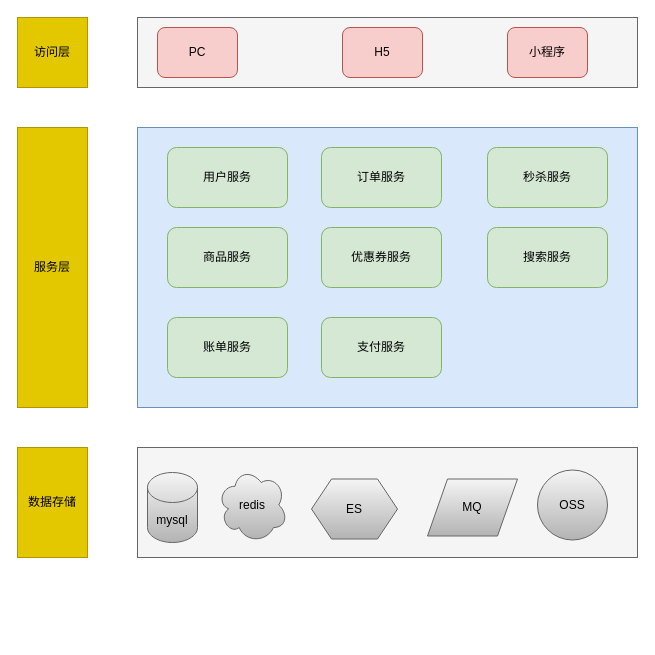
Above: 业务图.drawio in Blank-eyes/Architecture-diagram (draw.io), before the change. Source tidied: cells renumbered, new cells numbered last; positions are measured from the earlier drawing's top-left corner, leaving out a move shared by most shapes. Both pictures are drawn from the tidied source at 100%, with x=0, y=0 at pixel (17, 17).
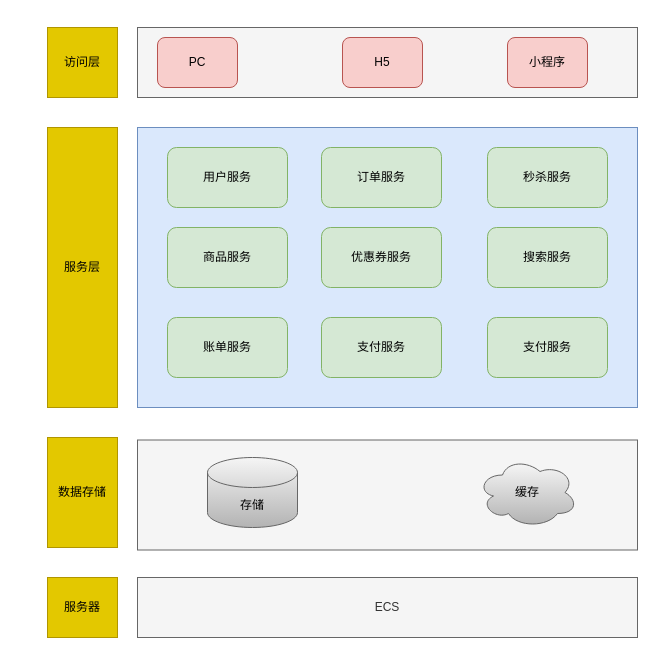
Above is the later version.

Commit message:
更新业务架构图.drawio

The edit, as a diff of the source:
```diff
@@
     <mxCell id="2" style="rounded=0;whiteSpace=wrap;html=1;fillColor=#f5f5f5;fontColor=#333333;strokeColor=#666666;" parent="1" vertex="1">
-      <mxGeometry x="120" width="500" height="70" as="geometry" />
+      <mxGeometry x="120" y="10" width="500" height="70" as="geometry" />
     </mxCell>
     <mxCell id="3" value="PC" style="rounded=1;whiteSpace=wrap;html=1;fillColor=#f8cecc;strokeColor=#b85450;" parent="1" vertex="1">
-      <mxGeometry x="140" y="10" width="80" height="50" as="geometry" />
+      <mxGeometry x="140" y="20" width="80" height="50" as="geometry" />
     </mxCell>
     <mxCell id="4" value="小程序" style="rounded=1;whiteSpace=wrap;html=1;fillColor=#f8cecc;strokeColor=#b85450;" parent="1" vertex="1">
-      <mxGeometry x="490" y="10" width="80" height="50" as="geometry" />
+      <mxGeometry x="490" y="20" width="80" height="50" as="geometry" />
     </mxCell>
     <mxCell id="5" value="H5" style="rounded=1;whiteSpace=wrap;html=1;fillColor=#f8cecc;strokeColor=#b85450;" parent="1" vertex="1">
-      <mxGeometry x="325" y="10" width="80" height="50" as="geometry" />
+      <mxGeometry x="325" y="20" width="80" height="50" as="geometry" />
     </mxCell>
@@
     <mxCell id="15" style="rounded=0;whiteSpace=wrap;html=1;fillColor=#f5f5f5;strokeColor=#666666;fontColor=#333333;" parent="1" vertex="1">
-      <mxGeometry x="120" y="430" width="500" height="110" as="geometry" />
+      <mxGeometry x="120" y="422.5" width="500" height="110" as="geometry" />
     </mxCell>
-    <mxCell id="16" value="mysql" style="shape=cylinder3;whiteSpace=wrap;html=1;boundedLbl=1;backgroundOutline=1;size=15;fillColor=#f5f5f5;gradientColor=#b3b3b3;strokeColor=#666666;" parent="1" vertex="1">
-      <mxGeometry x="130" y="455" width="50" height="70" as="geometry" />
+    <mxCell id="16" value="存储" style="shape=cylinder3;whiteSpace=wrap;html=1;boundedLbl=1;backgroundOutline=1;size=15;fillColor=#f5f5f5;gradientColor=#b3b3b3;strokeColor=#666666;" parent="1" vertex="1">
+      <mxGeometry x="190" y="440" width="90" height="70" as="geometry" />
     </mxCell>
-    <mxCell id="17" value="redis" style="ellipse;shape=cloud;whiteSpace=wrap;html=1;fillColor=#f5f5f5;gradientColor=#b3b3b3;strokeColor=#666666;" parent="1" vertex="1">
-      <mxGeometry x="200" y="450" width="70" height="75" as="geometry" />
+    <mxCell id="17" value="缓存" style="ellipse;shape=cloud;whiteSpace=wrap;html=1;fillColor=#f5f5f5;gradientColor=#b3b3b3;strokeColor=#666666;" parent="1" vertex="1">
+      <mxGeometry x="460" y="440" width="100" height="70" as="geometry" />
     </mxCell>
-    <mxCell id="18" value="ES" style="shape=hexagon;perimeter=hexagonPerimeter2;whiteSpace=wrap;html=1;fixedSize=1;fillColor=#f5f5f5;gradientColor=#b3b3b3;strokeColor=#666666;" parent="1" vertex="1">
-      <mxGeometry x="294" y="461.5" width="86" height="60" as="geometry" />
-    </mxCell>
-    <mxCell id="19" value="MQ" style="shape=parallelogram;perimeter=parallelogramPerimeter;whiteSpace=wrap;html=1;fixedSize=1;fillColor=#f5f5f5;gradientColor=#b3b3b3;strokeColor=#666666;" parent="1" vertex="1">
-      <mxGeometry x="410" y="461.5" width="90" height="57" as="geometry" />
-    </mxCell>
-    <mxCell id="20" value="OSS" style="ellipse;whiteSpace=wrap;html=1;fillColor=#f5f5f5;gradientColor=#b3b3b3;strokeColor=#666666;" parent="1" vertex="1">
-      <mxGeometry x="520" y="452.5" width="70" height="70" as="geometry" />
-    </mxCell>
     <mxCell id="21" value="访问层" style="rounded=0;whiteSpace=wrap;html=1;fillColor=#e3c800;fontColor=#000000;strokeColor=#B09500;" parent="1" vertex="1">
-      <mxGeometry width="70" height="70" as="geometry" />
+      <mxGeometry x="30" y="10" width="70" height="70" as="geometry" />
     </mxCell>
     <mxCell id="22" value="服务层" style="rounded=0;whiteSpace=wrap;html=1;fillColor=#e3c800;fontColor=#000000;strokeColor=#B09500;" parent="1" vertex="1">
-      <mxGeometry y="110" width="70" height="280" as="geometry" />
+      <mxGeometry x="30" y="110" width="70" height="280" as="geometry" />
     </mxCell>
     <mxCell id="23" value="数据存储" style="rounded=0;whiteSpace=wrap;html=1;fillColor=#e3c800;fontColor=#000000;strokeColor=#B09500;" parent="1" vertex="1">
-      <mxGeometry y="430" width="70" height="110" as="geometry" />
+      <mxGeometry x="30" y="420" width="70" height="110" as="geometry" />
     </mxCell>
+    <mxCell id="24" value="服务器" style="rounded=0;whiteSpace=wrap;html=1;fillColor=#e3c800;fontColor=#000000;strokeColor=#B09500;" parent="1" vertex="1">
+      <mxGeometry x="30" y="560" width="70" height="60" as="geometry" />
+    </mxCell>
+    <mxCell id="25" value="ECS" style="rounded=0;whiteSpace=wrap;html=1;fillColor=#f5f5f5;strokeColor=#666666;fontColor=#333333;" parent="1" vertex="1">
+      <mxGeometry x="120" y="560" width="500" height="60" as="geometry" />
+    </mxCell>
+    <mxCell id="26" value="支付服务" style="rounded=1;whiteSpace=wrap;html=1;fillColor=#d5e8d4;strokeColor=#82b366;" parent="1" vertex="1">
+      <mxGeometry x="470" y="300" width="120" height="60" as="geometry" />
+    </mxCell>
```
